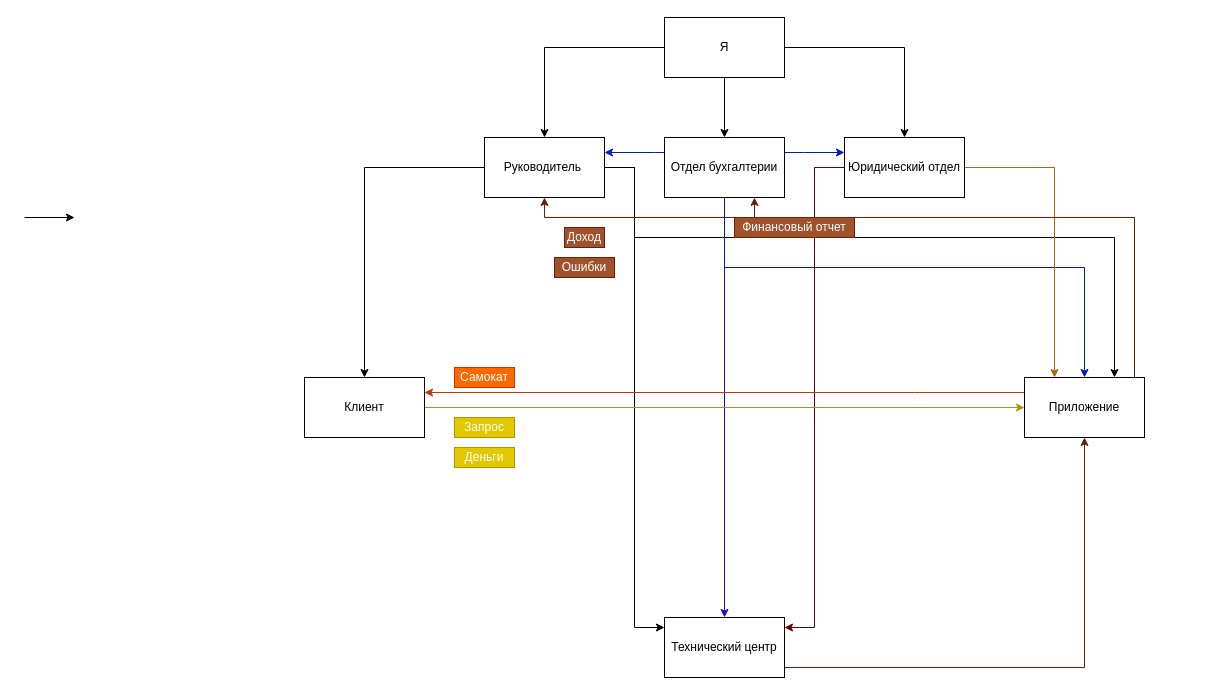
The draw.io diagram Диаграмма без названия.drawio in DenchikKoz/Nothink, before the edit. Source tidied: cells renumbered, new cells numbered last; positions are measured from the earlier drawing's top-left corner, leaving out a move shared by most shapes. Both pictures are drawn from the tidied source at 100%, with x=0, y=0 at pixel (24, 17).
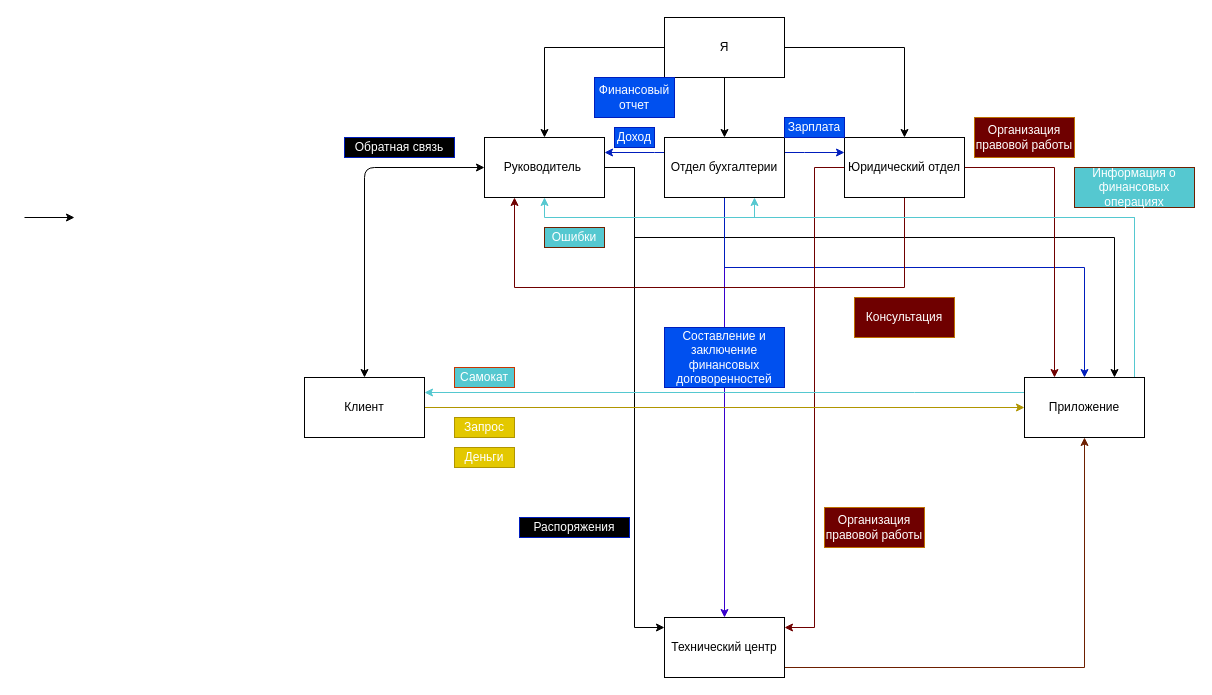
Above is the later version.

The change refers to these unchanged cells:
```xml
<mxCell id="9" value="Руководитель&amp;nbsp;" style="rounded=0;whiteSpace=wrap;html=1;" parent="1" vertex="1">
  <mxGeometry x="460" y="120" width="120" height="60" as="geometry" />
</mxCell>
<mxCell id="14" value="Отдел бухгалтерии" style="rounded=0;whiteSpace=wrap;html=1;" parent="1" vertex="1">
  <mxGeometry x="640" y="120" width="120" height="60" as="geometry" />
</mxCell>
<mxCell id="17" value="Юридический отдел" style="rounded=0;whiteSpace=wrap;html=1;" parent="1" vertex="1">
  <mxGeometry x="820" y="120" width="120" height="60" as="geometry" />
</mxCell>
<mxCell id="19" value="Клиент" style="rounded=0;whiteSpace=wrap;html=1;" parent="1" vertex="1">
  <mxGeometry x="280" y="360" width="120" height="60" as="geometry" />
</mxCell>
<mxCell id="23" value="Приложение" style="rounded=0;whiteSpace=wrap;html=1;" parent="1" vertex="1">
  <mxGeometry x="1000" y="360" width="120" height="60" as="geometry" />
</mxCell>
```

The edit, as a diff of the source:
```diff
@@
-    <mxCell id="7" style="edgeStyle=orthogonalEdgeStyle;rounded=0;jettySize=auto;html=1;" parent="1" edge="1" source="9" target="19">
-      <mxGeometry relative="1" as="geometry" />
-    </mxCell>
@@
-    <mxCell id="16" style="edgeStyle=orthogonalEdgeStyle;rounded=0;jettySize=auto;html=1;entryX=0.25;entryY=0;entryDx=0;entryDy=0;fillColor=#fad7ac;strokeColor=#b46504;" parent="1" edge="1" source="17" target="23">
+    <mxCell id="16" style="edgeStyle=orthogonalEdgeStyle;rounded=0;jettySize=auto;html=1;entryX=0.25;entryY=0;entryDx=0;entryDy=0;fillColor=#fad7ac;strokeColor=#6F0000;" parent="1" edge="1" source="17" target="23">
       <mxGeometry relative="1" as="geometry" />
     </mxCell>
+    <mxCell id="33" style="edgeStyle=orthogonalEdgeStyle;rounded=0;jettySize=auto;html=1;strokeColor=#6F0000;entryX=0.25;entryY=1;entryDx=0;entryDy=0;" parent="1" edge="1" source="17" target="9">
+      <mxGeometry relative="1" as="geometry">
+        <Array as="points">
+          <mxPoint x="880" y="270" />
+          <mxPoint x="490" y="270" />
+        </Array>
+      </mxGeometry>
+    </mxCell>
@@
-    <mxCell id="20" style="edgeStyle=orthogonalEdgeStyle;rounded=0;jettySize=auto;html=1;entryX=1;entryY=0.25;entryDx=0;entryDy=0;fillColor=#fa6800;strokeColor=#C73500;" parent="1" edge="1" source="23" target="19">
+    <mxCell id="20" style="edgeStyle=orthogonalEdgeStyle;rounded=0;jettySize=auto;html=1;entryX=1;entryY=0.25;entryDx=0;entryDy=0;fillColor=#fa6800;strokeColor=#55C8D0;" parent="1" edge="1" source="23" target="19">
       <mxGeometry relative="1" as="geometry">
         <Array as="points">
           <mxPoint x="890" y="375" />
           <mxPoint x="890" y="375" />
         </Array>
       </mxGeometry>
     </mxCell>
-    <mxCell id="21" style="edgeStyle=orthogonalEdgeStyle;rounded=0;jettySize=auto;html=1;entryX=0.75;entryY=1;entryDx=0;entryDy=0;fillColor=#a0522d;strokeColor=#6D1F00;" parent="1" edge="1" source="23" target="14">
+    <mxCell id="21" style="edgeStyle=orthogonalEdgeStyle;rounded=0;jettySize=auto;html=1;entryX=0.75;entryY=1;entryDx=0;entryDy=0;fillColor=#a0522d;strokeColor=#55C8D0;" parent="1" edge="1" source="23" target="14">
       <mxGeometry relative="1" as="geometry">
         <Array as="points">
           <mxPoint x="1110" y="200" />
           <mxPoint x="730" y="200" />
         </Array>
       </mxGeometry>
     </mxCell>
-    <mxCell id="22" style="edgeStyle=orthogonalEdgeStyle;rounded=0;jettySize=auto;html=1;entryX=0.5;entryY=1;entryDx=0;entryDy=0;fillColor=#a0522d;strokeColor=#6D1F00;" parent="1" edge="1" source="23" target="9">
+    <mxCell id="22" style="edgeStyle=orthogonalEdgeStyle;rounded=0;jettySize=auto;html=1;entryX=0.5;entryY=1;entryDx=0;entryDy=0;fillColor=#a0522d;strokeColor=#55C8D0;" parent="1" edge="1" source="23" target="9">
       <mxGeometry relative="1" as="geometry">
         <Array as="points">
           <mxPoint x="1110" y="200" />
           <mxPoint x="520" y="200" />
         </Array>
       </mxGeometry>
     </mxCell>
@@
-    <mxCell id="27" value="Самокат" style="text;html=1;strokeColor=#C73500;fillColor=#fa6800;align=center;verticalAlign=middle;whiteSpace=wrap;rounded=0;fontColor=#ffffff;" parent="1" vertex="1">
+    <mxCell id="27" value="Самокат" style="text;html=1;strokeColor=#C73500;align=center;verticalAlign=middle;whiteSpace=wrap;rounded=0;fontColor=#ffffff;fillColor=#55C8D0;" parent="1" vertex="1">
       <mxGeometry x="430" y="350" width="60" height="20" as="geometry" />
     </mxCell>
@@
-    <mxCell id="30" value="Доход" style="text;html=1;strokeColor=#6D1F00;fillColor=#a0522d;align=center;verticalAlign=middle;whiteSpace=wrap;rounded=0;fontColor=#ffffff;" parent="1" vertex="1">
-      <mxGeometry x="540" y="210" width="40" height="20" as="geometry" />
+    <mxCell id="30" value="Доход" style="text;html=1;strokeColor=#001DBC;fillColor=#0050ef;align=center;verticalAlign=middle;whiteSpace=wrap;rounded=0;fontColor=#ffffff;" parent="1" vertex="1">
+      <mxGeometry x="590" y="110" width="40" height="20" as="geometry" />
     </mxCell>
-    <mxCell id="31" value="Ошибки" style="text;html=1;strokeColor=#6D1F00;fillColor=#a0522d;align=center;verticalAlign=middle;whiteSpace=wrap;rounded=0;fontColor=#ffffff;" parent="1" vertex="1">
-      <mxGeometry x="530" y="240" width="60" height="20" as="geometry" />
+    <mxCell id="31" value="Ошибки" style="text;html=1;strokeColor=#6D1F00;align=center;verticalAlign=middle;whiteSpace=wrap;rounded=0;fontColor=#ffffff;fillColor=#55C8D0;" parent="1" vertex="1">
+      <mxGeometry x="520" y="210" width="60" height="20" as="geometry" />
     </mxCell>
-    <mxCell id="32" value="Финансовый отчет" style="text;html=1;strokeColor=#6D1F00;fillColor=#a0522d;align=center;verticalAlign=middle;whiteSpace=wrap;rounded=0;fontColor=#ffffff;" parent="1" vertex="1">
-      <mxGeometry x="710" y="200" width="120" height="20" as="geometry" />
+    <mxCell id="32" value="Информация о финансовых операциях" style="text;html=1;strokeColor=#6D1F00;align=center;verticalAlign=middle;whiteSpace=wrap;rounded=0;fontColor=#ffffff;fillColor=#55C8D0;" parent="1" vertex="1">
+      <mxGeometry x="1050" y="150" width="120" height="40" as="geometry" />
     </mxCell>
+    <mxCell id="34" value="Финансовый отчет" style="text;html=1;strokeColor=#001DBC;fillColor=#0050ef;align=center;verticalAlign=middle;whiteSpace=wrap;rounded=0;fontColor=#ffffff;" parent="1" vertex="1">
+      <mxGeometry x="570" y="60" width="80" height="40" as="geometry" />
+    </mxCell>
+    <mxCell id="35" value="Организация правовой работы" style="text;html=1;strokeColor=#BD7000;align=center;verticalAlign=middle;whiteSpace=wrap;rounded=0;fontColor=#ffffff;fillColor=#6F0000;" parent="1" vertex="1">
+      <mxGeometry x="950" y="100" width="100" height="40" as="geometry" />
+    </mxCell>
+    <mxCell id="36" value="Обратная связь" style="text;html=1;strokeColor=#001DBC;align=center;verticalAlign=middle;whiteSpace=wrap;rounded=0;fontColor=#ffffff;fillColor=#000000;" parent="1" vertex="1">
+      <mxGeometry x="320" y="120" width="110" height="20" as="geometry" />
+    </mxCell>
+    <mxCell id="37" style="endArrow=classic;startArrow=classic;html=1;entryX=0;entryY=0.5;entryDx=0;entryDy=0;exitX=0.5;exitY=0;exitDx=0;exitDy=0;" parent="1" edge="1" source="19" target="9">
+      <mxGeometry relative="1" as="geometry">
+        <Array as="points">
+          <mxPoint x="340" y="150" />
+        </Array>
+      </mxGeometry>
+    </mxCell>
+    <mxCell id="38" value="Составление и заключение финансовых договоренностей" style="text;html=1;strokeColor=#001DBC;fillColor=#0050ef;align=center;verticalAlign=middle;whiteSpace=wrap;rounded=0;fontColor=#ffffff;" parent="1" vertex="1">
+      <mxGeometry x="640" y="310" width="120" height="60" as="geometry" />
+    </mxCell>
+    <mxCell id="39" value="Консультация" style="text;html=1;strokeColor=#BD7000;align=center;verticalAlign=middle;whiteSpace=wrap;rounded=0;fontColor=#ffffff;fillColor=#6F0000;" parent="1" vertex="1">
+      <mxGeometry x="830" y="280" width="100" height="40" as="geometry" />
+    </mxCell>
+    <mxCell id="40" value="Организация правовой работы" style="text;html=1;strokeColor=#BD7000;align=center;verticalAlign=middle;whiteSpace=wrap;rounded=0;fontColor=#ffffff;fillColor=#6F0000;" parent="1" vertex="1">
+      <mxGeometry x="800" y="490" width="100" height="40" as="geometry" />
+    </mxCell>
+    <mxCell id="41" value="Распоряжения" style="text;html=1;strokeColor=#001DBC;align=center;verticalAlign=middle;whiteSpace=wrap;rounded=0;fontColor=#ffffff;fillColor=#000000;" parent="1" vertex="1">
+      <mxGeometry x="495" y="500" width="110" height="20" as="geometry" />
+    </mxCell>
+    <mxCell id="42" value="Зарплата" style="text;html=1;strokeColor=#001DBC;fillColor=#0050ef;align=center;verticalAlign=middle;whiteSpace=wrap;rounded=0;fontColor=#ffffff;" parent="1" vertex="1">
+      <mxGeometry x="760" y="100" width="60" height="20" as="geometry" />
+    </mxCell>
```
